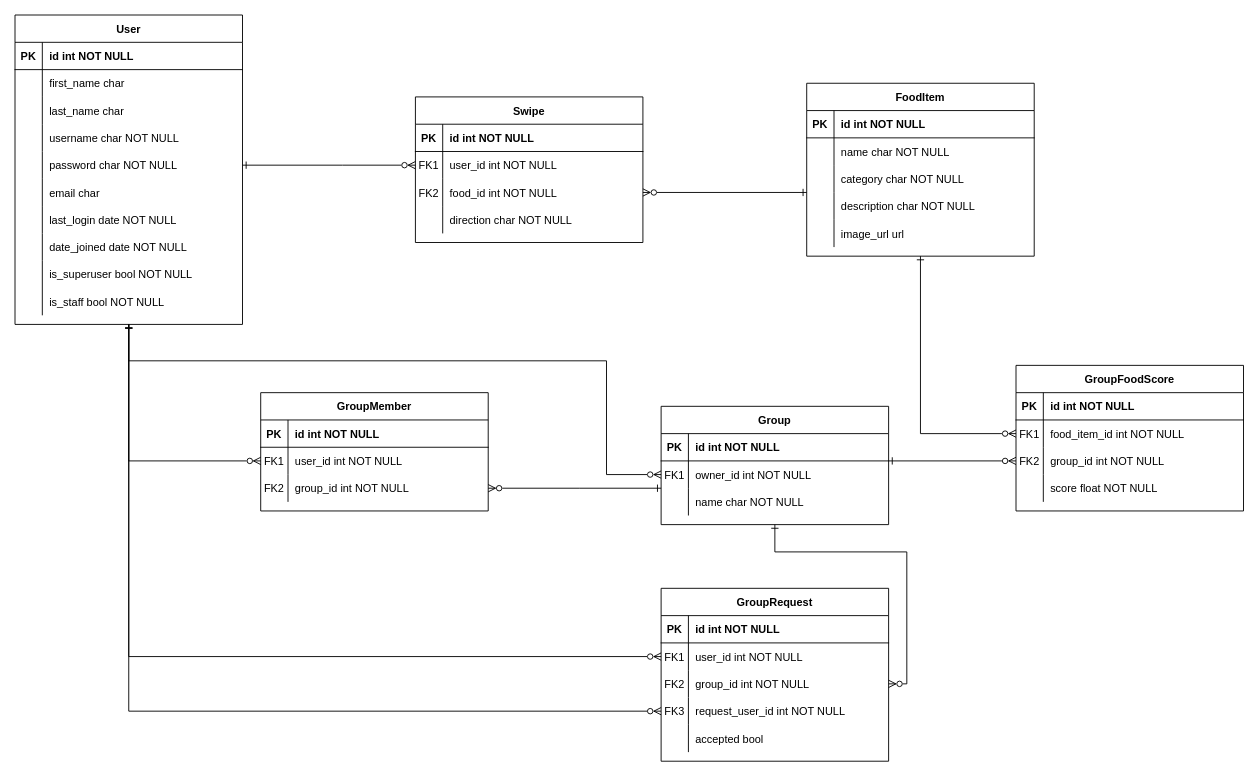
Above: grubflow-db.drawio in grubflow/diagrams (draw.io), before the change. Source tidied: cells renumbered, new cells numbered last; positions are measured from the earlier drawing's top-left corner, leaving out a move shared by most shapes. Both pictures are drawn from the tidied source at 91%, with x=0, y=0 at pixel (15, 15).
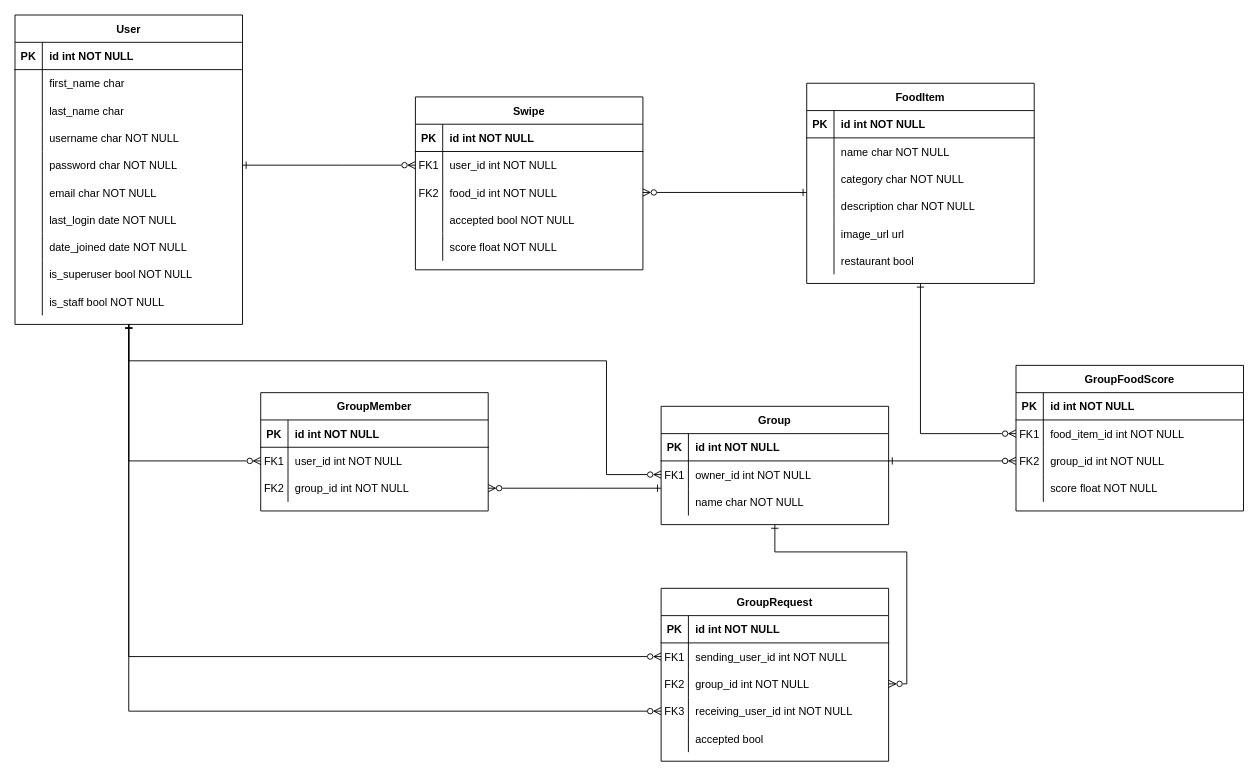
After the change.

The change refers to these unchanged cells:
```xml
<mxCell id="18" style="shape=partialRectangle;fillColor=none;top=0;left=0;right=0;bottom=0;" parent="2" vertex="1">
  <mxGeometry y="180" width="250" height="30" as="geometry" />
</mxCell>
<mxCell id="59" style="shape=partialRectangle;fillColor=none;top=0;left=0;right=0;bottom=0;" parent="49" vertex="1">
  <mxGeometry y="120" width="250" height="30" as="geometry" />
</mxCell>
<mxCell id="105" style="shape=partialRectangle;fillColor=none;points=[[0,0.5],[1,0.5]];portConstraint=eastwest;top=0;left=0;right=0;bottom=0;" parent="101" vertex="1">
  <mxGeometry y="60" width="250" height="30" as="geometry" />
</mxCell>
<mxCell id="111" style="shape=partialRectangle;fillColor=none;points=[[0,0.5],[1,0.5]];portConstraint=eastwest;top=0;left=0;right=0;bottom=0;" parent="101" vertex="1">
  <mxGeometry y="120" width="250" height="30" as="geometry" />
</mxCell>
```

What changed in the source:
```diff
@@
-    <mxCell id="20" value="email char" style="shape=partialRectangle;overflow=hidden;fillColor=none;top=0;left=0;bottom=0;right=0;align=left;spacingLeft=6;" parent="18" vertex="1">
+    <mxCell id="20" value="email char NOT NULL" style="shape=partialRectangle;overflow=hidden;fillColor=none;top=0;left=0;bottom=0;right=0;align=left;spacingLeft=6;" parent="18" vertex="1">
       <mxGeometry x="30" width="220" height="30" as="geometry" />
     </mxCell>
@@
     <mxCell id="33" value="FoodItem" style="shape=table;startSize=30;childLayout=tableLayout;rowLines=0;fontStyle=1;align=center;gradientColor=none;" parent="1" vertex="1">
-      <mxGeometry x="870" y="75" width="250" height="190" as="geometry" />
+      <mxGeometry x="870" y="75" width="250" height="220" as="geometry" />
     </mxCell>
@@
+    <mxCell id="121" style="shape=partialRectangle;fillColor=none;top=0;left=0;right=0;bottom=0;" parent="33" vertex="1">
+      <mxGeometry y="180" width="250" height="30" as="geometry" />
+    </mxCell>
+    <mxCell id="122" style="shape=partialRectangle;overflow=hidden;fillColor=none;top=0;left=0;bottom=0;right=0;" parent="121" vertex="1">
+      <mxGeometry width="30" height="30" as="geometry" />
+    </mxCell>
+    <mxCell id="123" value="restaurant bool" style="shape=partialRectangle;overflow=hidden;fillColor=none;top=0;left=0;bottom=0;right=0;align=left;spacingLeft=6;" parent="121" vertex="1">
+      <mxGeometry x="30" width="220" height="30" as="geometry" />
+    </mxCell>
     <mxCell id="49" value="Swipe" style="shape=table;startSize=30;childLayout=tableLayout;rowLines=0;fontStyle=1;align=center;gradientColor=none;" parent="1" vertex="1">
-      <mxGeometry x="440" y="90" width="250" height="160" as="geometry" />
+      <mxGeometry x="440" y="90" width="250" height="190" as="geometry" />
     </mxCell>
@@
-    <mxCell id="61" value="direction char NOT NULL" style="shape=partialRectangle;overflow=hidden;fillColor=none;top=0;left=0;bottom=0;right=0;align=left;spacingLeft=6;" parent="59" vertex="1">
+    <mxCell id="61" value="accepted bool NOT NULL" style="shape=partialRectangle;overflow=hidden;fillColor=none;top=0;left=0;bottom=0;right=0;align=left;spacingLeft=6;" parent="59" vertex="1">
       <mxGeometry x="30" width="220" height="30" as="geometry" />
     </mxCell>
+    <mxCell id="124" style="shape=partialRectangle;fillColor=none;top=0;left=0;right=0;bottom=0;" parent="49" vertex="1">
+      <mxGeometry y="150" width="250" height="30" as="geometry" />
+    </mxCell>
+    <mxCell id="125" style="shape=partialRectangle;overflow=hidden;fillColor=none;top=0;left=0;bottom=0;right=0;" parent="124" vertex="1">
+      <mxGeometry width="30" height="30" as="geometry" />
+    </mxCell>
+    <mxCell id="126" value="score float NOT NULL" style="shape=partialRectangle;overflow=hidden;fillColor=none;top=0;left=0;bottom=0;right=0;align=left;spacingLeft=6;" parent="124" vertex="1">
+      <mxGeometry x="30" width="220" height="30" as="geometry" />
+    </mxCell>
@@
-    <mxCell id="107" value="user_id int NOT NULL" style="shape=partialRectangle;overflow=hidden;fillColor=none;top=0;left=0;bottom=0;right=0;align=left;spacingLeft=6;" parent="105" vertex="1">
+    <mxCell id="107" value="sending_user_id int NOT NULL" style="shape=partialRectangle;overflow=hidden;fillColor=none;top=0;left=0;bottom=0;right=0;align=left;spacingLeft=6;" parent="105" vertex="1">
       <mxGeometry x="30" width="220" height="30" as="geometry" />
     </mxCell>
@@
-    <mxCell id="113" value="request_user_id int NOT NULL" style="shape=partialRectangle;overflow=hidden;fillColor=none;top=0;left=0;bottom=0;right=0;align=left;spacingLeft=6;" parent="111" vertex="1">
+    <mxCell id="113" value="receiving_user_id int NOT NULL" style="shape=partialRectangle;overflow=hidden;fillColor=none;top=0;left=0;bottom=0;right=0;align=left;spacingLeft=6;" parent="111" vertex="1">
       <mxGeometry x="30" width="220" height="30" as="geometry" />
     </mxCell>
```
